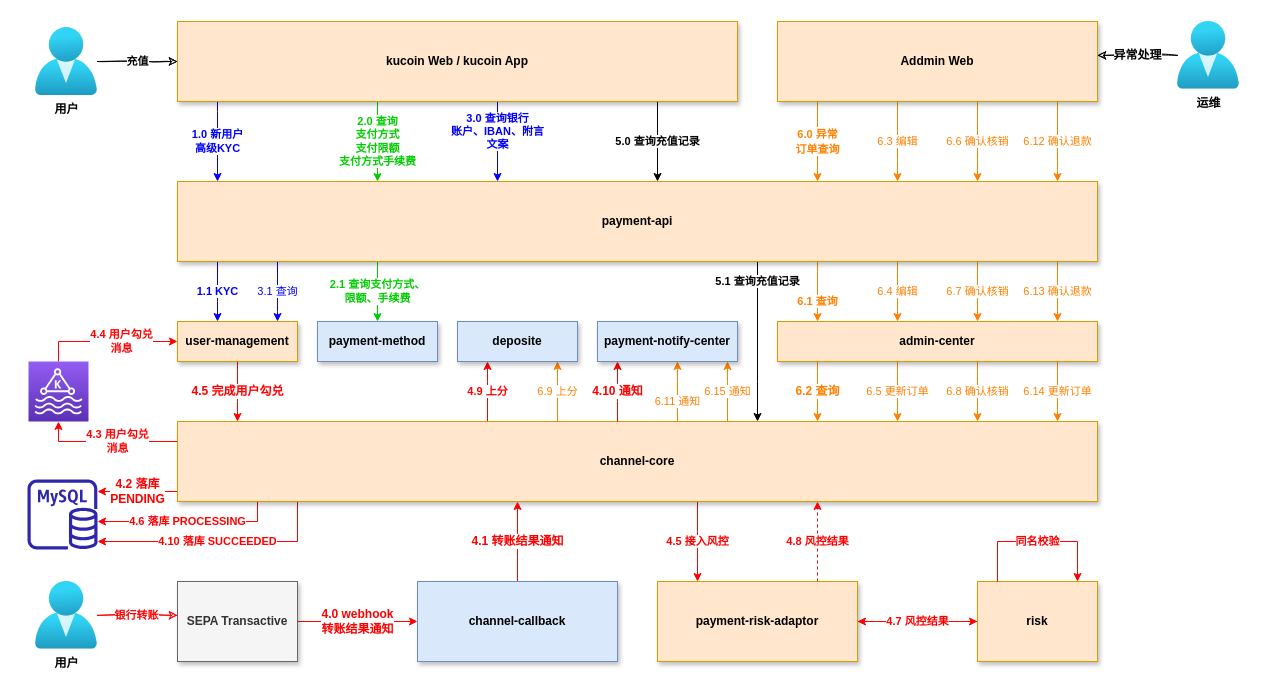
The draw.io diagram page "SEPA 3.0" (4 of 5) of 库珀架构.drawio in JudeSheng/design, before the edit. Source tidied: cells renumbered, new cells numbered last; positions are measured from the earlier drawing's top-left corner, leaving out a move shared by most shapes. Both pictures are drawn from the tidied source at 100%, with x=0, y=0 at pixel (27, 21).
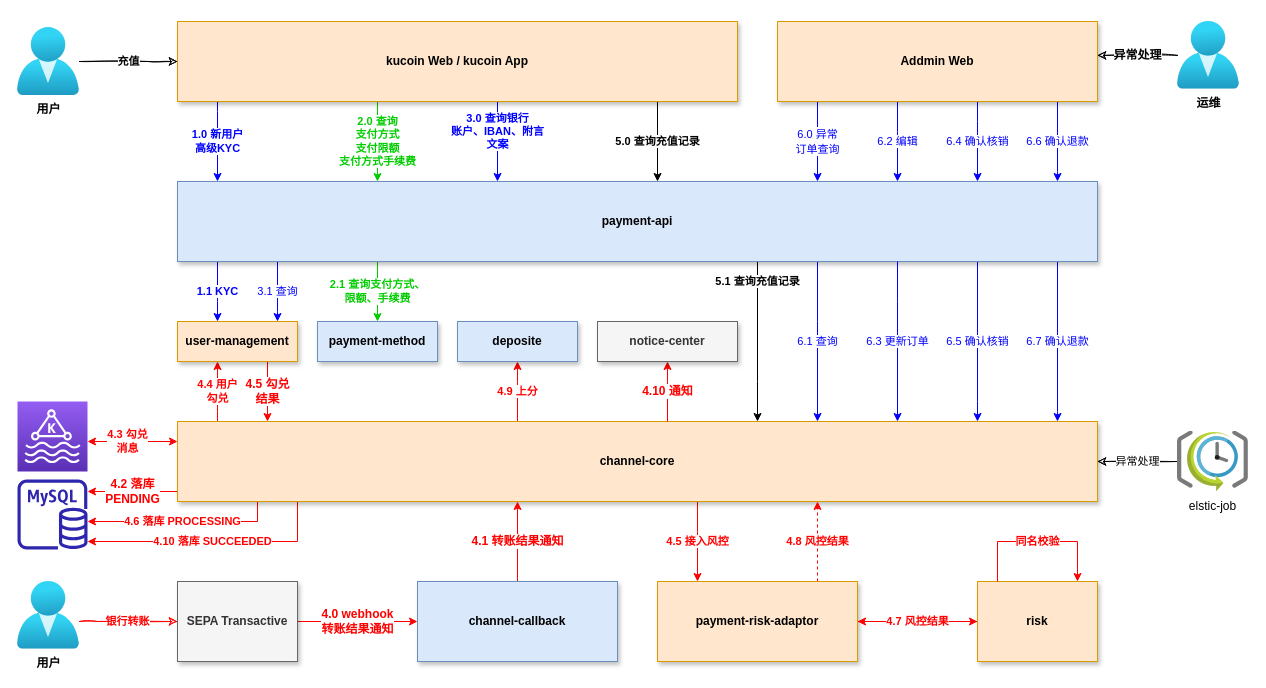
The same diagram, later.

The change refers to these unchanged cells:
```xml
<mxCell id="11" value="channel-core" style="rounded=0;whiteSpace=wrap;html=1;fontStyle=1;fontSize=12;fillColor=#ffe6cc;strokeColor=#d79b00;shadow=1;fontFamily=Helvetica;" parent="1" vertex="1">
  <mxGeometry x="150" y="400" width="920" height="80" as="geometry" />
</mxCell>
<mxCell id="17" value="user-management" style="rounded=0;whiteSpace=wrap;html=1;fontStyle=1;fontSize=12;fillColor=#ffe6cc;strokeColor=#d79b00;shadow=1;fontFamily=Helvetica;" parent="1" vertex="1">
  <mxGeometry x="150" y="300" width="120" height="40" as="geometry" />
</mxCell>
<mxCell id="38" value="deposite" style="rounded=0;whiteSpace=wrap;html=1;fontStyle=1;fontSize=12;fillColor=#dae8fc;strokeColor=#6c8ebf;shadow=1;fontFamily=Helvetica;" parent="1" vertex="1">
  <mxGeometry x="430" y="300" width="120" height="40" as="geometry" />
</mxCell>
<mxCell id="53" value="Addmin Web" style="rounded=0;whiteSpace=wrap;html=1;fontStyle=1;fontSize=12;fillColor=#ffe6cc;strokeColor=#d79b00;shadow=1;fontFamily=Helvetica;" parent="1" vertex="1">
  <mxGeometry x="750" width="320" height="80" as="geometry" />
</mxCell>
```

The edit, as a diff of the source:
```diff
@@
     <mxCell id="2" value="4.9 上分" style="edgeStyle=orthogonalEdgeStyle;rounded=0;jettySize=auto;html=1;fontColor=#FF0000;strokeColor=#FF0000;fontStyle=1;fontFamily=Helvetica;" parent="1" edge="1" source="11" target="38">
       <mxGeometry relative="1" as="geometry">
         <Array as="points">
-          <mxPoint x="460" y="360" />
-          <mxPoint x="460" y="360" />
+          <mxPoint x="490" y="360" />
+          <mxPoint x="490" y="360" />
         </Array>
       </mxGeometry>
     </mxCell>
@@
-    <mxCell id="5" value="6.9 上分" style="edgeStyle=orthogonalEdgeStyle;rounded=0;jettySize=auto;html=1;strokeColor=#FF8000;fontColor=#FF8000;" parent="1" edge="1" source="11" target="38">
-      <mxGeometry relative="1" as="geometry">
-        <Array as="points">
-          <mxPoint x="530" y="360" />
-          <mxPoint x="530" y="360" />
-        </Array>
-      </mxGeometry>
-    </mxCell>
-    <mxCell id="6" value="6.11 通知" style="edgeStyle=orthogonalEdgeStyle;rounded=0;jettySize=auto;html=1;strokeColor=#FF8000;fontColor=#FF8000;" parent="1" edge="1" source="11" target="56">
-      <mxGeometry x="-0.33" relative="1" as="geometry">
-        <Array as="points">
-          <mxPoint x="650" y="360" />
-          <mxPoint x="650" y="360" />
-        </Array>
-      </mxGeometry>
-    </mxCell>
-    <mxCell id="7" value="6.15 通知" style="edgeStyle=orthogonalEdgeStyle;rounded=0;jettySize=auto;html=1;strokeColor=#FF8000;fontColor=#FF8000;" parent="1" edge="1" source="11" target="56">
-      <mxGeometry relative="1" as="geometry">
-        <Array as="points">
-          <mxPoint x="700" y="360" />
-          <mxPoint x="700" y="360" />
-        </Array>
-      </mxGeometry>
-    </mxCell>
-    <mxCell id="8" value="&lt;span style=&quot;color: rgb(255, 0, 0); font-weight: 700;&quot;&gt;4.3 用户勾兑&lt;/span&gt;&lt;br style=&quot;color: rgb(255, 0, 0); font-weight: 700;&quot;&gt;&lt;span style=&quot;color: rgb(255, 0, 0); font-weight: 700;&quot;&gt;消息&lt;/span&gt;" style="edgeStyle=orthogonalEdgeStyle;rounded=0;jettySize=auto;html=1;fontColor=#0000FF;strokeColor=#FF0000;" parent="1" edge="1" source="11" target="60">
-      <mxGeometry x="-0.14" relative="1" as="geometry">
+    <mxCell id="8" value="&lt;span style=&quot;color: rgb(255, 0, 0); font-weight: 700;&quot;&gt;4.3 勾兑&lt;/span&gt;&lt;br style=&quot;color: rgb(255, 0, 0); font-weight: 700;&quot;&gt;&lt;span style=&quot;color: rgb(255, 0, 0); font-weight: 700;&quot;&gt;消息&lt;/span&gt;" style="edgeStyle=orthogonalEdgeStyle;rounded=0;jettySize=auto;html=1;fontColor=#0000FF;strokeColor=#FF0000;startArrow=classic;startFill=1;" parent="1" edge="1" source="11" target="60">
+      <mxGeometry x="0.11" relative="1" as="geometry">
         <Array as="points">
-          <mxPoint x="31" y="420" />
+          <mxPoint x="100" y="420" />
+          <mxPoint x="100" y="420" />
         </Array>
       </mxGeometry>
     </mxCell>
@@
+    <mxCell id="61" value="4.4 用户&lt;br&gt;勾兑" style="edgeStyle=orthogonalEdgeStyle;rounded=0;jettySize=auto;html=1;fontColor=#FF0000;startArrow=none;startFill=0;strokeColor=#FF0000;fontStyle=1;" parent="1" edge="1" source="11" target="17">
+      <mxGeometry relative="1" as="geometry">
+        <Array as="points">
+          <mxPoint x="190" y="390" />
+          <mxPoint x="190" y="390" />
+        </Array>
+      </mxGeometry>
+    </mxCell>
@@
-    <mxCell id="16" value="4.5 完成用户勾兑" style="edgeStyle=orthogonalEdgeStyle;rounded=0;sketch=0;jettySize=auto;html=1;shadow=0;fontSize=12;fontColor=#FF0000;endSize=6;strokeWidth=1;strokeColor=#FF0000;fontStyle=1;fontFamily=Helvetica;" parent="1" edge="1" source="17" target="11">
+    <mxCell id="16" value="4.5 勾兑&lt;br&gt;结果" style="edgeStyle=orthogonalEdgeStyle;rounded=0;sketch=0;jettySize=auto;html=1;shadow=0;fontSize=12;fontColor=#FF0000;endSize=6;strokeWidth=1;strokeColor=#FF0000;fontStyle=1;fontFamily=Helvetica;" parent="1" edge="1" source="17" target="11">
       <mxGeometry relative="1" as="geometry">
         <Array as="points">
-          <mxPoint x="210" y="380" />
-          <mxPoint x="210" y="380" />
+          <mxPoint x="240" y="370" />
+          <mxPoint x="240" y="370" />
         </Array>
       </mxGeometry>
     </mxCell>
@@
     <mxCell id="24" value="用户" style="html=1;points=[];align=center;image;fontSize=12;image=img/lib/azure2/identity/Users.svg;fontFamily=Helvetica;fontStyle=1;" parent="1" vertex="1">
-      <mxGeometry x="8" y="560" width="62" height="67.8" as="geometry" />
+      <mxGeometry x="-10" y="560" width="62" height="67.8" as="geometry" />
     </mxCell>
@@
-    <mxCell id="31" value="6.1 查询" style="edgeStyle=orthogonalEdgeStyle;rounded=0;jettySize=auto;html=1;fontFamily=Helvetica;fontStyle=1;strokeColor=#FF8000;fontColor=#FF8000;" parent="1" edge="1" source="36" target="45">
-      <mxGeometry x="0.33" relative="1" as="geometry">
+    <mxCell id="31" value="6.1 查询" style="edgeStyle=orthogonalEdgeStyle;rounded=0;jettySize=auto;html=1;fontFamily=Helvetica;fontStyle=0;strokeColor=#0000FF;fontColor=#0000FF;" parent="1" edge="1" source="36" target="11">
+      <mxGeometry relative="1" as="geometry">
         <Array as="points">
-          <mxPoint x="790" y="250" />
-          <mxPoint x="790" y="250" />
+          <mxPoint x="790" y="300" />
+          <mxPoint x="790" y="300" />
         </Array>
       </mxGeometry>
     </mxCell>
-    <mxCell id="32" value="6.4 编辑" style="edgeStyle=orthogonalEdgeStyle;rounded=0;jettySize=auto;html=1;strokeColor=#FF8000;fontColor=#FF8000;" parent="1" edge="1" source="36" target="45">
-      <mxGeometry relative="1" as="geometry">
-        <Array as="points">
-          <mxPoint x="870" y="290" />
-          <mxPoint x="870" y="290" />
-        </Array>
-      </mxGeometry>
-    </mxCell>
-    <mxCell id="33" value="6.7 确认核销" style="edgeStyle=orthogonalEdgeStyle;rounded=0;jettySize=auto;html=1;strokeColor=#FF8000;fontColor=#FF8000;" parent="1" edge="1" source="36" target="45">
+    <mxCell id="33" value="6.5 确认核销" style="edgeStyle=orthogonalEdgeStyle;rounded=0;jettySize=auto;html=1;strokeColor=#0000FF;fontColor=#0000FF;" parent="1" edge="1" source="36" target="11">
       <mxGeometry relative="1" as="geometry">
         <Array as="points">
-          <mxPoint x="950" y="270" />
-          <mxPoint x="950" y="270" />
+          <mxPoint x="950" y="380" />
+          <mxPoint x="950" y="380" />
         </Array>
       </mxGeometry>
     </mxCell>
-    <mxCell id="34" value="6.13 确认退款" style="edgeStyle=orthogonalEdgeStyle;rounded=0;jettySize=auto;html=1;strokeColor=#FF8000;fontColor=#FF8000;" parent="1" edge="1" source="36" target="45">
+    <mxCell id="34" value="6.7 确认退款" style="edgeStyle=orthogonalEdgeStyle;rounded=0;jettySize=auto;html=1;strokeColor=#0000FF;fontColor=#0000FF;" parent="1" edge="1" source="36" target="11">
       <mxGeometry relative="1" as="geometry">
         <Array as="points">
-          <mxPoint x="1030" y="290" />
-          <mxPoint x="1030" y="290" />
+          <mxPoint x="1030" y="390" />
+          <mxPoint x="1030" y="390" />
         </Array>
       </mxGeometry>
     </mxCell>
@@
-    <mxCell id="36" value="payment-api" style="rounded=0;whiteSpace=wrap;html=1;fontStyle=1;fontSize=12;fillColor=#ffe6cc;strokeColor=#d79b00;shadow=1;fontFamily=Helvetica;" parent="1" vertex="1">
+    <mxCell id="36" value="payment-api" style="rounded=0;whiteSpace=wrap;html=1;fontStyle=1;fontSize=12;fillColor=#dae8fc;strokeColor=#6c8ebf;shadow=1;fontFamily=Helvetica;" parent="1" vertex="1">
       <mxGeometry x="150" y="160" width="920" height="80" as="geometry" />
     </mxCell>
     <mxCell id="37" value="4.10 通知" style="edgeStyle=orthogonalEdgeStyle;rounded=0;sketch=0;jettySize=auto;html=1;shadow=0;fontSize=12;fontColor=#FF0000;endSize=6;strokeColor=#FF0000;strokeWidth=1;fontStyle=1;fontFamily=Helvetica;" parent="1" edge="1" source="11" target="56">
       <mxGeometry relative="1" as="geometry">
         <Array as="points">
-          <mxPoint x="590" y="380" />
-          <mxPoint x="590" y="380" />
+          <mxPoint x="640" y="360" />
+          <mxPoint x="640" y="360" />
         </Array>
       </mxGeometry>
     </mxCell>
@@
     <mxCell id="40" value="用户" style="html=1;points=[];align=center;image;fontSize=12;image=img/lib/azure2/identity/Users.svg;fontFamily=Helvetica;fontStyle=1;" parent="1" vertex="1">
-      <mxGeometry x="8" y="6.1" width="62" height="67.8" as="geometry" />
+      <mxGeometry x="-10" y="6.1" width="62" height="67.8" as="geometry" />
     </mxCell>
-    <mxCell id="41" value="6.2 查询" style="edgeStyle=orthogonalEdgeStyle;rounded=0;sketch=0;jettySize=auto;html=1;shadow=0;fontSize=12;fontColor=#FF8000;endSize=6;strokeWidth=1;fontFamily=Helvetica;fontStyle=1;strokeColor=#FF8000;" parent="1" edge="1" source="45" target="11">
-      <mxGeometry relative="1" as="geometry">
-        <Array as="points">
-          <mxPoint x="790" y="350" />
-          <mxPoint x="790" y="350" />
-        </Array>
-      </mxGeometry>
-    </mxCell>
-    <mxCell id="42" value="6.5 更新订单" style="edgeStyle=orthogonalEdgeStyle;rounded=0;jettySize=auto;html=1;strokeColor=#FF8000;fontColor=#FF8000;" parent="1" edge="1" source="45" target="11">
+    <mxCell id="42" value="6.3 更新订单" style="edgeStyle=orthogonalEdgeStyle;rounded=0;jettySize=auto;html=1;strokeColor=#0000FF;fontColor=#0000FF;" parent="1" edge="1" source="36" target="11">
       <mxGeometry relative="1" as="geometry">
         <Array as="points">
-          <mxPoint x="870" y="360" />
-          <mxPoint x="870" y="360" />
+          <mxPoint x="870" y="280" />
+          <mxPoint x="870" y="280" />
         </Array>
       </mxGeometry>
     </mxCell>
-    <mxCell id="43" value="6.8 确认核销" style="edgeStyle=orthogonalEdgeStyle;rounded=0;jettySize=auto;html=1;strokeColor=#FF8000;fontColor=#FF8000;" parent="1" edge="1" source="45" target="11">
-      <mxGeometry relative="1" as="geometry">
-        <Array as="points">
-          <mxPoint x="950" y="360" />
-          <mxPoint x="950" y="360" />
-        </Array>
-      </mxGeometry>
-    </mxCell>
-    <mxCell id="44" value="6.14 更新订单" style="edgeStyle=orthogonalEdgeStyle;rounded=0;jettySize=auto;html=1;strokeColor=#FF8000;fontColor=#FF8000;" parent="1" edge="1" source="45" target="11">
-      <mxGeometry relative="1" as="geometry">
-        <Array as="points">
-          <mxPoint x="1030" y="390" />
-          <mxPoint x="1030" y="390" />
-        </Array>
-      </mxGeometry>
-    </mxCell>
-    <mxCell id="45" value="admin-center" style="rounded=0;whiteSpace=wrap;html=1;fontStyle=1;fontSize=12;fillColor=#ffe6cc;strokeColor=#d79b00;shadow=1;fontFamily=Helvetica;" parent="1" vertex="1">
-      <mxGeometry x="750" y="300" width="320" height="40" as="geometry" />
-    </mxCell>
@@
-    <mxCell id="49" value="&lt;span style=&quot;font-size: 11px;&quot;&gt;6.0 异常&lt;br&gt;订单查询&lt;/span&gt;" style="edgeStyle=orthogonalEdgeStyle;rounded=0;sketch=0;jettySize=auto;html=1;shadow=0;fontSize=12;fontColor=#FF8000;endSize=6;strokeWidth=1;fontFamily=Helvetica;fontStyle=1;strokeColor=#FF8000;" parent="1" edge="1" source="53" target="36">
+    <mxCell id="49" value="&lt;span style=&quot;font-size: 11px;&quot;&gt;6.0 异常&lt;br&gt;订单查询&lt;/span&gt;" style="edgeStyle=orthogonalEdgeStyle;rounded=0;sketch=0;jettySize=auto;html=1;shadow=0;fontSize=12;fontColor=#0000FF;endSize=6;strokeWidth=1;fontFamily=Helvetica;fontStyle=0;strokeColor=#0000FF;" parent="1" edge="1" source="53" target="36">
       <mxGeometry relative="1" as="geometry">
         <Array as="points">
           <mxPoint x="790" y="110" />
           <mxPoint x="790" y="110" />
         </Array>
       </mxGeometry>
     </mxCell>
-    <mxCell id="50" value="6.3 编辑" style="edgeStyle=orthogonalEdgeStyle;rounded=0;jettySize=auto;html=1;strokeColor=#FF8000;fontColor=#FF8000;" parent="1" edge="1" source="53" target="36">
+    <mxCell id="50" value="6.2 编辑" style="edgeStyle=orthogonalEdgeStyle;rounded=0;jettySize=auto;html=1;strokeColor=#0000FF;fontColor=#0000FF;" parent="1" edge="1" source="53" target="36">
       <mxGeometry relative="1" as="geometry">
         <Array as="points">
           <mxPoint x="870" y="110" />
           <mxPoint x="870" y="110" />
         </Array>
       </mxGeometry>
     </mxCell>
-    <mxCell id="51" value="6.6 确认核销" style="edgeStyle=orthogonalEdgeStyle;rounded=0;jettySize=auto;html=1;strokeColor=#FF8000;fontColor=#FF8000;" parent="1" edge="1" source="53" target="36">
+    <mxCell id="51" value="6.4 确认核销" style="edgeStyle=orthogonalEdgeStyle;rounded=0;jettySize=auto;html=1;strokeColor=#0000FF;fontColor=#0000FF;" parent="1" edge="1" source="53" target="36">
       <mxGeometry relative="1" as="geometry">
         <Array as="points">
           <mxPoint x="950" y="100" />
           <mxPoint x="950" y="100" />
         </Array>
       </mxGeometry>
     </mxCell>
-    <mxCell id="52" value="6.12 确认退款" style="edgeStyle=orthogonalEdgeStyle;rounded=0;jettySize=auto;html=1;strokeColor=#FF8000;fontColor=#FF8000;" parent="1" edge="1" source="53" target="36">
+    <mxCell id="52" value="6.6 确认退款" style="edgeStyle=orthogonalEdgeStyle;rounded=0;jettySize=auto;html=1;strokeColor=#0000FF;fontColor=#0000FF;" parent="1" edge="1" source="53" target="36">
       <mxGeometry relative="1" as="geometry">
         <Array as="points">
           <mxPoint x="1030" y="150" />
           <mxPoint x="1030" y="150" />
         </Array>
       </mxGeometry>
     </mxCell>
@@
-    <mxCell id="56" value="payment-notify-center" style="rounded=0;whiteSpace=wrap;html=1;fontStyle=1;fontSize=12;fillColor=#dae8fc;strokeColor=#6c8ebf;shadow=1;sketch=0;fontFamily=Helvetica;" parent="1" vertex="1">
+    <mxCell id="56" value="notice-center" style="rounded=0;whiteSpace=wrap;html=1;fontStyle=1;fontSize=12;fillColor=#f5f5f5;strokeColor=#666666;shadow=1;sketch=0;fontFamily=Helvetica;fontColor=#333333;" parent="1" vertex="1">
       <mxGeometry x="570" y="300" width="140" height="40" as="geometry" />
     </mxCell>
-    <mxCell id="57" value="4.4 用户勾兑&lt;br&gt;消息" style="edgeStyle=orthogonalEdgeStyle;rounded=0;jettySize=auto;html=1;fontColor=#FF0000;strokeColor=#FF0000;fontStyle=1;sketch=0;fontFamily=Helvetica;" parent="1" edge="1" source="60" target="17">
-      <mxGeometry x="0.19" relative="1" as="geometry">
-        <Array as="points">
-          <mxPoint x="31" y="320" />
-        </Array>
-      </mxGeometry>
-    </mxCell>
     <mxCell id="58" style="sketch=0;outlineConnect=0;fontColor=#232F3E;gradientColor=none;fillColor=#2E27AD;strokeColor=none;dashed=0;verticalLabelPosition=bottom;verticalAlign=top;align=center;html=1;fontSize=12;fontStyle=1;shape=mxgraph.aws4.rds_mysql_instance;rounded=1;shadow=0;glass=0;fillStyle=solid;fontFamily=Helvetica;" parent="1" vertex="1">
-      <mxGeometry y="458" width="70" height="70" as="geometry" />
+      <mxGeometry x="-10" y="458" width="70" height="70" as="geometry" />
     </mxCell>
@@
     <mxCell id="60" style="sketch=0;points=[[0,0,0],[0.25,0,0],[0.5,0,0],[0.75,0,0],[1,0,0],[0,1,0],[0.25,1,0],[0.5,1,0],[0.75,1,0],[1,1,0],[0,0.25,0],[0,0.5,0],[0,0.75,0],[1,0.25,0],[1,0.5,0],[1,0.75,0]];outlineConnect=0;fontColor=#232F3E;gradientColor=#945DF2;gradientDirection=north;fillColor=#5A30B5;strokeColor=#ffffff;dashed=0;verticalLabelPosition=bottom;verticalAlign=top;align=center;html=1;fontSize=12;fontStyle=0;shape=mxgraph.aws4.resourceIcon;resIcon=mxgraph.aws4.managed_streaming_for_kafka;" parent="1" vertex="1">
-      <mxGeometry x="1" y="340" width="60" height="60" as="geometry" />
+      <mxGeometry x="-10" y="380" width="70" height="70" as="geometry" />
     </mxCell>
+    <mxCell id="62" value="异常处理" style="edgeStyle=orthogonalEdgeStyle;rounded=0;jettySize=auto;html=1;fontColor=#000000;startArrow=none;startFill=0;strokeColor=#000000;sketch=1;" parent="1" edge="1" source="63" target="11">
+      <mxGeometry relative="1" as="geometry" />
+    </mxCell>
+    <mxCell id="63" value="elstic-job" style="sketch=0;html=1;points=[];align=center;image;fontSize=12;image=img/lib/mscae/SchedulerJobCollection.svg;fontColor=#000000;" parent="1" vertex="1">
+      <mxGeometry x="1150" y="409.5" width="70.9" height="61" as="geometry" />
+    </mxCell>
```
